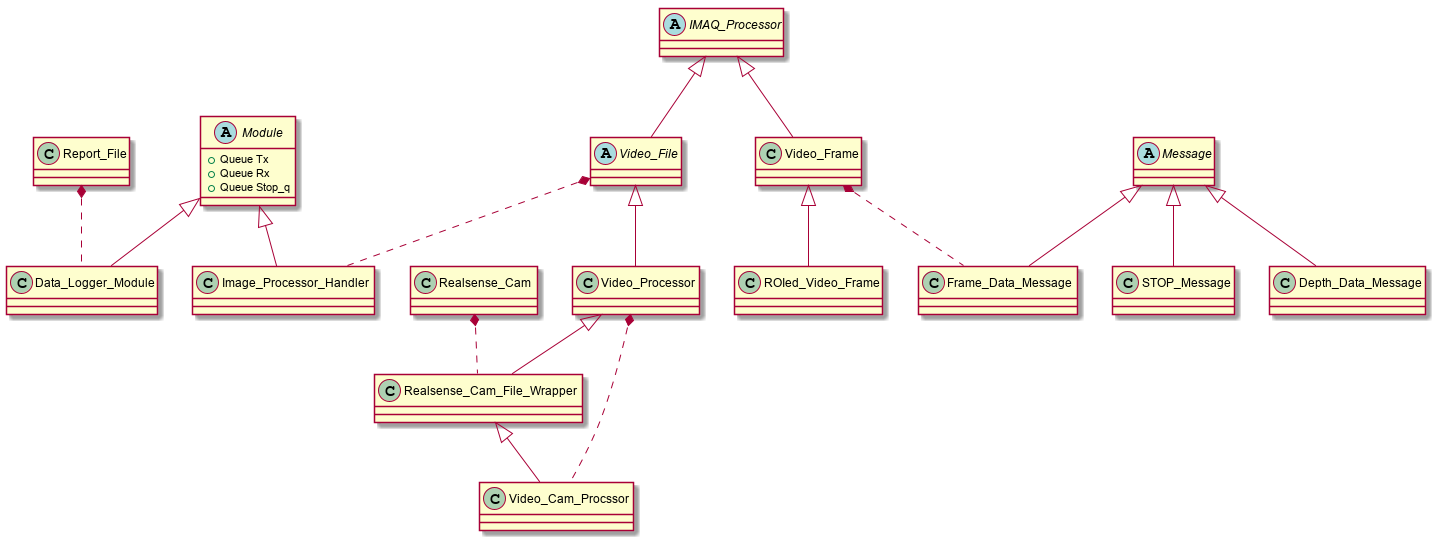
Earlier version of the PlantUML export LabVIEW/Projects/Paul's Video Viewer/Documentation/Module Breakdown.png (aaron-jencks/emerson_seed_object_detection).
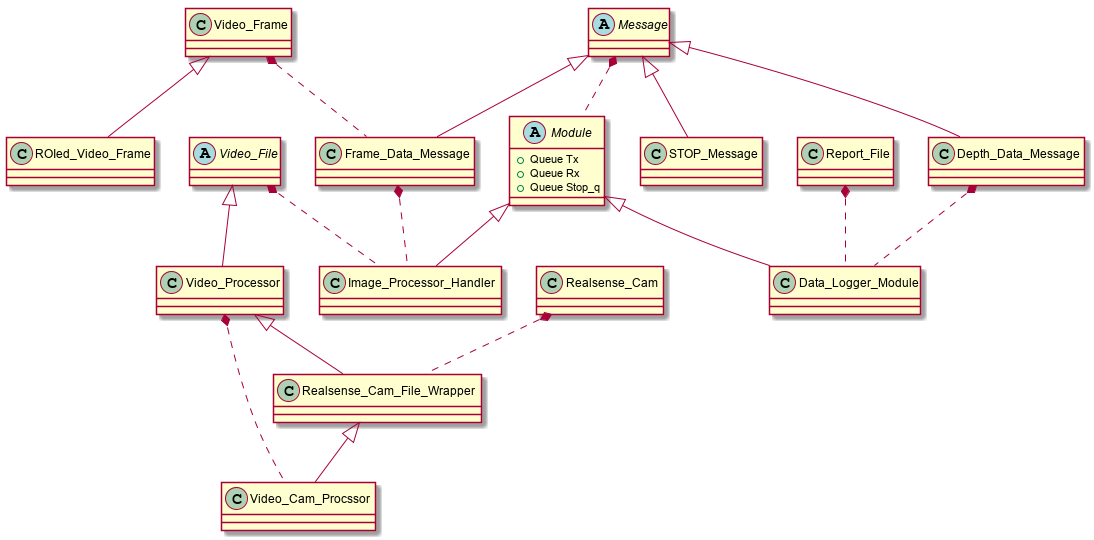
After the change.

The edit, as a diff of the source:
```diff
@@ -1,28 +1,7 @@
 @startuml
-
-abstract class Module{
-    {field} +Queue Tx
-    {field} +Queue Rx
-    {field} +Queue Stop_q
-}
-
-class Report_File{
-}
-
-class Data_Logger_Module{
-}
-
-Module <|-- Data_Logger_Module
-Report_File *.. Data_Logger_Module
-
-
-abstract class IMAQ_Processor{
-}
 
 class Video_Frame{
 }
-
-IMAQ_Processor <|-- Video_Frame
 
 class ROIed_Video_Frame{
 }
@@ -31,14 +10,6 @@
 
 abstract class Video_File{
 }
-
-IMAQ_Processor <|-- Video_File
-
-class Image_Processor_Handler{
-}
-
-Module <|-- Image_Processor_Handler
-Video_File *.. Image_Processor_Handler
 
 class Video_Processor{
 }
@@ -79,4 +50,29 @@
 
 Message <|-- Depth_Data_Message
 
+abstract class Module{
+    {field} +Queue Tx
+    {field} +Queue Rx
+    {field} +Queue Stop_q
+}
+
+Message *.. Module
+
+class Report_File{
+}
+
+class Data_Logger_Module{
+}
+
+Module <|-- Data_Logger_Module
+Report_File *.. Data_Logger_Module
+Depth_Data_Message *.. Data_Logger_Module
+
+class Image_Processor_Handler{
+}
+
+Module <|-- Image_Processor_Handler
+Video_File *.. Image_Processor_Handler
+Frame_Data_Message *.. Image_Processor_Handler
+
 @enduml
```
